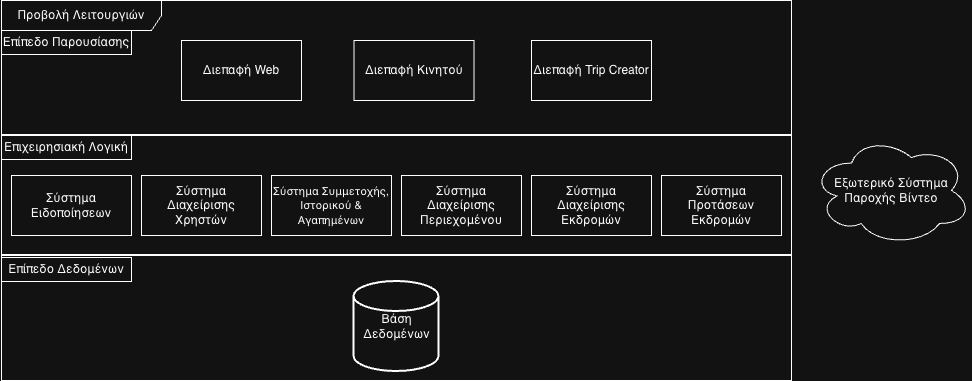
The draw.io diagram diagrams/Architecture/InformationView.png in SpyrosSiachamis/Travel-Platform-Project, before a commit. Source tidied: cells renumbered, new cells last; positions are measured from the earlier drawing's top-left corner, leaving out a move shared by most shapes.
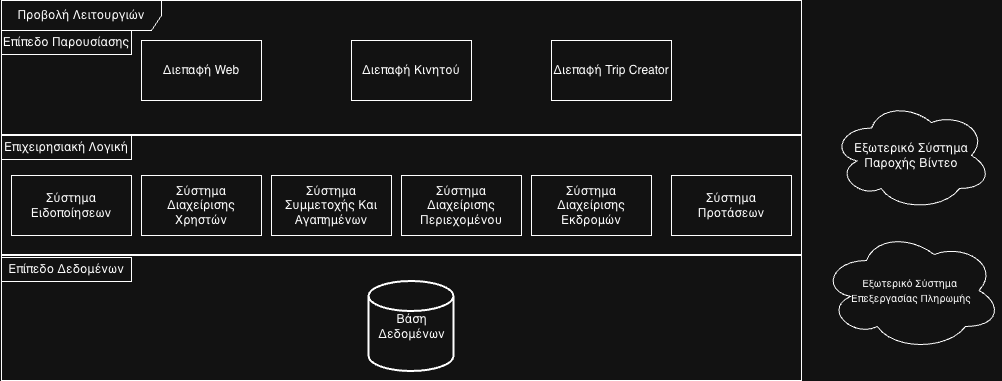
After the commit.

What changed in the source:
```diff
@@ -3,7 +3,7 @@
     <mxCell id="0" />
     <mxCell id="1" parent="0" />
     <mxCell id="2" value="Προβολή Λειτουργιών" style="shape=umlFrame;whiteSpace=wrap;html=1;width=160;" parent="1" vertex="1">
-      <mxGeometry width="790" height="380" as="geometry" />
+      <mxGeometry width="800" height="380" as="geometry" />
     </mxCell>
     <mxCell id="3" value="Σύστημα Διαχείρισης Χρηστών" style="rounded=0;whiteSpace=wrap;html=1;" parent="2" vertex="1">
       <mxGeometry x="140" y="175" width="120" height="60" as="geometry" />
@@ -11,17 +11,17 @@
     <mxCell id="4" value="Σύστημα Ειδοποίησεων" style="rounded=0;whiteSpace=wrap;html=1;" parent="2" vertex="1">
       <mxGeometry x="10" y="175" width="120" height="60" as="geometry" />
     </mxCell>
-    <mxCell id="5" value="&lt;font style=&quot;font-size: 11px;&quot;&gt;Σύστημα Συμμετοχής, Ιστορικού &amp;amp; Αγαπημένων&lt;/font&gt;" style="rounded=0;whiteSpace=wrap;html=1;" parent="2" vertex="1">
+    <mxCell id="5" value="Σύστημα Συμμετοχής Και Αγαπημένων" style="rounded=0;whiteSpace=wrap;html=1;" parent="2" vertex="1">
       <mxGeometry x="270" y="175" width="120" height="60" as="geometry" />
     </mxCell>
     <mxCell id="6" value="Σύστημα Διαχείρισης Περιεχομένου" style="whiteSpace=wrap;html=1;" parent="2" vertex="1">
       <mxGeometry x="400" y="175" width="120" height="60" as="geometry" />
     </mxCell>
     <mxCell id="7" style="line;strokeWidth=2;html=1;fontColor=#FF0000;labelBackgroundColor=#FF0000;strokeColor=#FFFFFF;" parent="2" vertex="1">
-      <mxGeometry y="130" width="790" height="10" as="geometry" />
+      <mxGeometry y="130" width="800" height="10" as="geometry" />
     </mxCell>
     <mxCell id="8" style="line;strokeWidth=2;html=1;strokeColor=#FFFFFF;" parent="2" vertex="1">
-      <mxGeometry y="250" width="790" height="10" as="geometry" />
+      <mxGeometry y="250" width="800" height="10" as="geometry" />
     </mxCell>
     <mxCell id="9" value="Επιχειρησιακή Λογική" style="rounded=0;whiteSpace=wrap;html=1;" parent="2" vertex="1">
       <mxGeometry y="135" width="130" height="24" as="geometry" />
@@ -30,16 +30,16 @@
       <mxGeometry y="30" width="130" height="24" as="geometry" />
     </mxCell>
     <mxCell id="11" value="Βάση Δεδομένων" style="strokeWidth=2;html=1;shape=mxgraph.flowchart.database;whiteSpace=wrap;" parent="2" vertex="1">
-      <mxGeometry x="352.5" y="281" width="85" height="90" as="geometry" />
+      <mxGeometry x="367.5" y="281" width="85" height="90" as="geometry" />
     </mxCell>
     <mxCell id="12" value="Διεπαφή Web" style="whiteSpace=wrap;html=1;" parent="2" vertex="1">
-      <mxGeometry x="180" y="40" width="120" height="60" as="geometry" />
+      <mxGeometry x="140" y="40" width="120" height="60" as="geometry" />
     </mxCell>
     <mxCell id="13" value="Διεπαφή Κινητού" style="whiteSpace=wrap;html=1;" parent="2" vertex="1">
-      <mxGeometry x="352.5" y="40" width="120" height="60" as="geometry" />
+      <mxGeometry x="350" y="40" width="120" height="60" as="geometry" />
     </mxCell>
     <mxCell id="14" value="Διεπαφή Trip Creator" style="whiteSpace=wrap;html=1;" parent="2" vertex="1">
-      <mxGeometry x="530" y="40" width="120" height="60" as="geometry" />
+      <mxGeometry x="550" y="40" width="120" height="60" as="geometry" />
     </mxCell>
     <mxCell id="15" value="Επίπεδο Δεδομένων" style="rounded=0;whiteSpace=wrap;html=1;" parent="2" vertex="1">
       <mxGeometry y="257" width="130" height="24" as="geometry" />
@@ -47,11 +47,14 @@
     <mxCell id="16" value="Σύστημα Διαχείρισης Εκδρομών" style="rounded=0;whiteSpace=wrap;html=1;" parent="2" vertex="1">
       <mxGeometry x="530" y="175" width="120" height="60" as="geometry" />
     </mxCell>
-    <mxCell id="17" value="Σύστημα Προτάσεων Εκδρομών" style="rounded=0;whiteSpace=wrap;html=1;" parent="2" vertex="1">
-      <mxGeometry x="660" y="175" width="120" height="60" as="geometry" />
+    <mxCell id="17" value="Σύστημα Προτάσεων" style="rounded=0;whiteSpace=wrap;html=1;" parent="2" vertex="1">
+      <mxGeometry x="670" y="175" width="120" height="60" as="geometry" />
     </mxCell>
     <mxCell id="18" value="Εξωτερικό Σύστημα Παροχής Βίντεο" style="ellipse;shape=cloud;whiteSpace=wrap;html=1;" parent="1" vertex="1">
-      <mxGeometry x="810" y="135" width="160" height="110" as="geometry" />
+      <mxGeometry x="830" y="100" width="160" height="110" as="geometry" />
     </mxCell>
+    <mxCell id="19" value="&lt;font style=&quot;font-size: 10px;&quot;&gt;Εξωτερικό Σύστημα&amp;nbsp;&lt;/font&gt;&lt;div&gt;&lt;font style=&quot;font-size: 10px;&quot;&gt;Επεξεργασίας Πληρωμής&lt;/font&gt;&lt;/div&gt;" style="ellipse;shape=cloud;whiteSpace=wrap;html=1;" parent="1" vertex="1">
+      <mxGeometry x="820" y="230" width="180" height="120" as="geometry" />
+    </mxCell>
   </root>
 </mxGraphModel>
```
